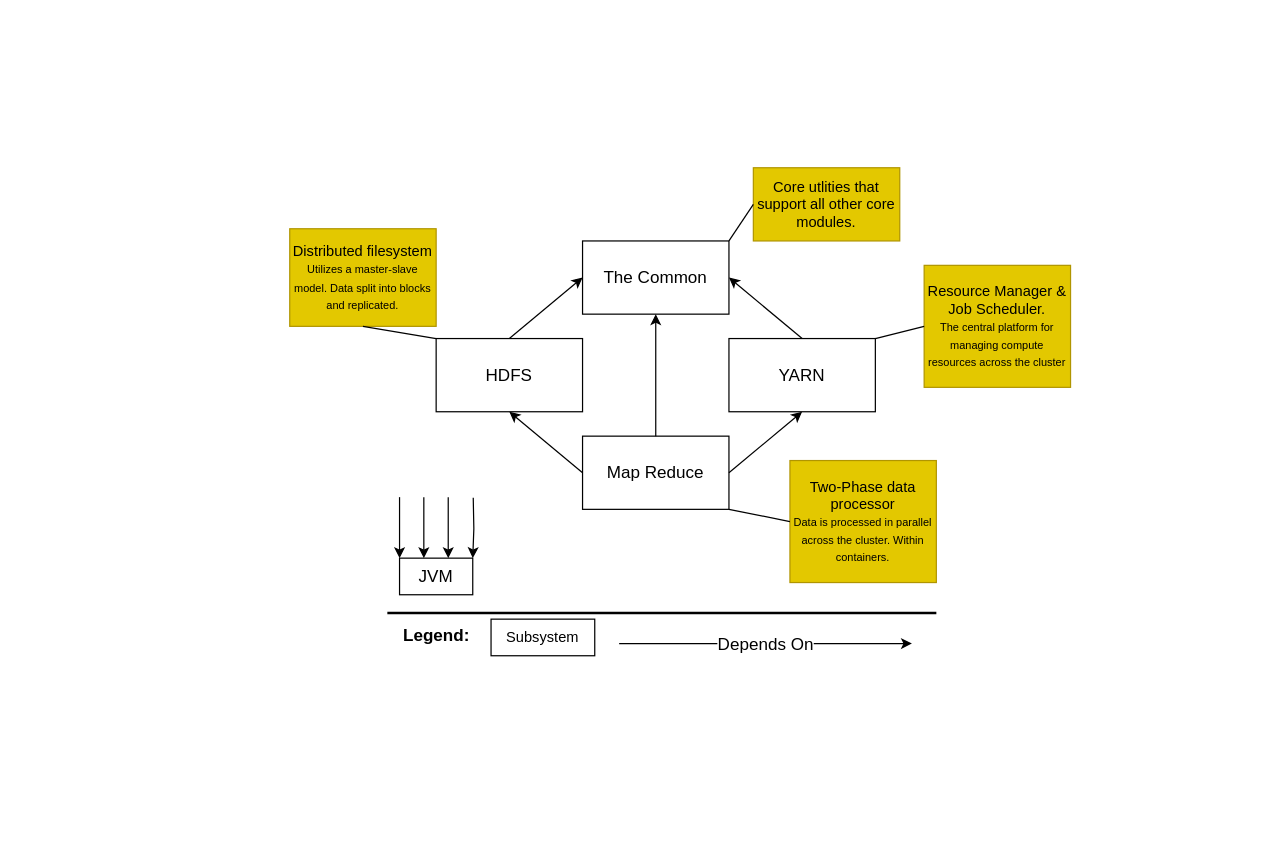
Earlier version of the draw.io diagram HadoopHighLevel.drawio (Amir-kar/EECS4314-GroupD). Source tidied: cells renumbered, new cells numbered last; positions are measured from the earlier drawing's top-left corner, leaving out a move shared by most shapes. Both pictures are drawn from the tidied source at 122%, with x=0, y=0 at pixel (289, 167).
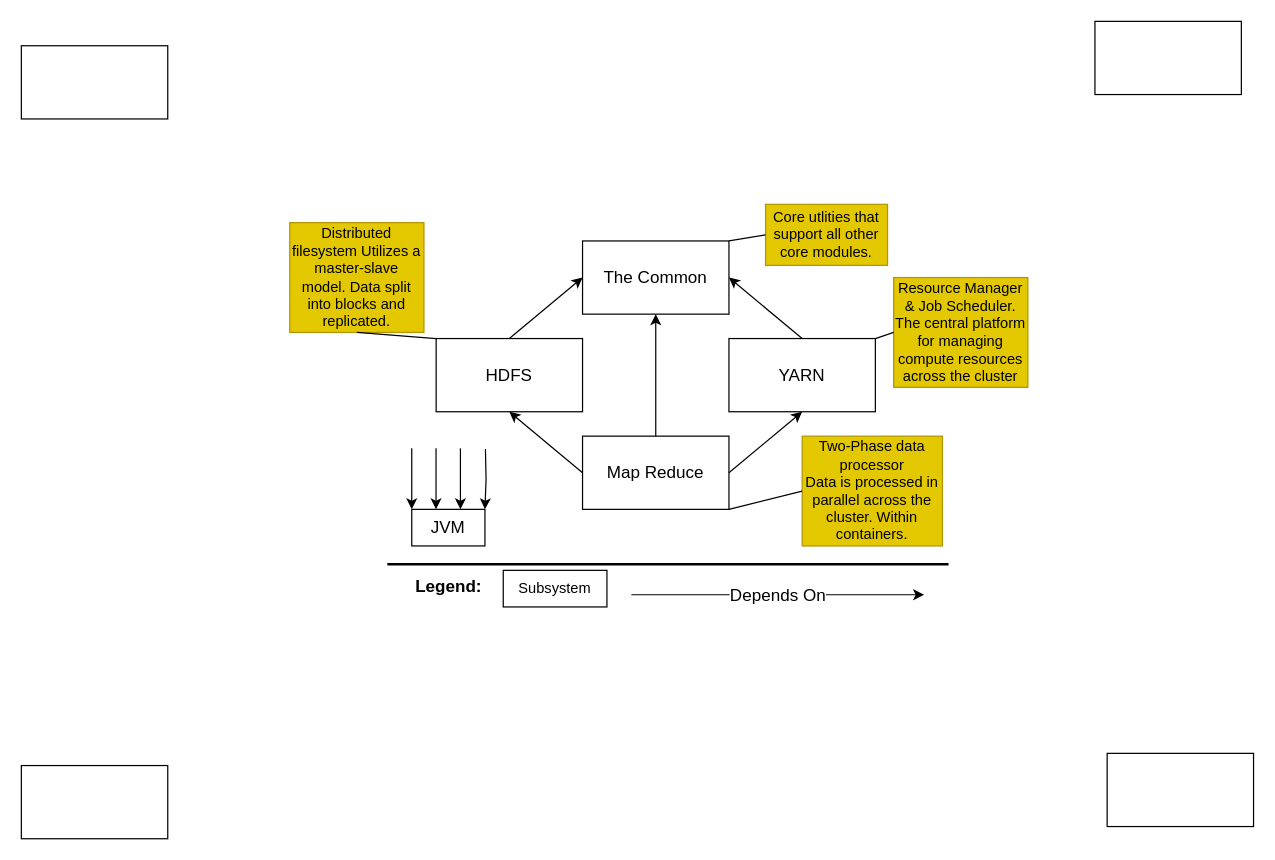
Above is the later version.

The edit, as a diff of the source:
```diff
@@
     <mxCell id="7" style="line;strokeWidth=2;html=1;" parent="1" vertex="1">
-      <mxGeometry x="80" y="360" width="450" height="10" as="geometry" />
+      <mxGeometry x="80" y="320" width="460" height="10" as="geometry" />
     </mxCell>
     <mxCell id="8" value="&lt;font style=&quot;font-size: 14px;&quot;&gt;Legend:&lt;/font&gt;" style="text;strokeColor=none;fillColor=none;html=1;fontSize=24;fontStyle=1;verticalAlign=middle;align=center;" parent="1" vertex="1">
-      <mxGeometry x="70" y="360" width="100" height="40" as="geometry" />
+      <mxGeometry x="80" y="320" width="100" height="40" as="geometry" />
     </mxCell>
     <mxCell id="9" value="Subsystem" style="rounded=0;whiteSpace=wrap;html=1;" parent="1" vertex="1">
-      <mxGeometry x="165" y="370" width="85" height="30" as="geometry" />
+      <mxGeometry x="175" y="330" width="85" height="30" as="geometry" />
     </mxCell>
     <mxCell id="10" style="endArrow=classic;html=1;rounded=0;" parent="1" edge="1">
       <mxGeometry relative="1" as="geometry">
-        <mxPoint x="270" y="390" as="sourcePoint" />
-        <mxPoint x="510" y="390" as="targetPoint" />
+        <mxPoint x="280" y="350" as="sourcePoint" />
+        <mxPoint x="520" y="350" as="targetPoint" />
       </mxGeometry>
     </mxCell>
@@
     <mxCell id="12" value="Core utlities that support all other core modules." style="rounded=0;whiteSpace=wrap;html=1;fillColor=#e3c800;fontColor=#000000;strokeColor=#B09500;" parent="1" vertex="1">
-      <mxGeometry x="380" width="120" height="60" as="geometry" />
+      <mxGeometry x="390" y="30" width="100" height="50" as="geometry" />
     </mxCell>
@@
-    <mxCell id="14" value="Resource Manager &amp;amp; Job Scheduler.&lt;div&gt;&lt;font style=&quot;font-size: 9px;&quot;&gt;The central platform for managing compute resources across the cluster&lt;/font&gt;&lt;/div&gt;" style="rounded=0;whiteSpace=wrap;html=1;fillColor=#e3c800;fontColor=#000000;strokeColor=#B09500;" parent="1" vertex="1">
-      <mxGeometry x="520" y="80" width="120" height="100" as="geometry" />
+    <mxCell id="14" value="Resource Manager &amp;amp; Job Scheduler.&lt;div&gt;&lt;font&gt;The central platform for managing compute resources across the cluster&lt;/font&gt;&lt;/div&gt;" style="rounded=0;whiteSpace=wrap;html=1;fillColor=#e3c800;fontColor=#000000;strokeColor=#B09500;" parent="1" vertex="1">
+      <mxGeometry x="495" y="90" width="110" height="90" as="geometry" />
     </mxCell>
@@
-    <mxCell id="16" value="Distributed filesystem &lt;font style=&quot;font-size: 9px;&quot;&gt;U&lt;/font&gt;&lt;font style=&quot;font-size: 9px;&quot;&gt;tilizes a master-slave model. Data split into blocks and replicated.&lt;/font&gt;" style="rounded=0;whiteSpace=wrap;html=1;fillColor=#e3c800;fontColor=#000000;strokeColor=#B09500;" parent="1" vertex="1">
-      <mxGeometry y="50" width="120" height="80" as="geometry" />
+    <mxCell id="16" value="Distributed filesystem &lt;font&gt;&lt;font style=&quot;&quot;&gt;U&lt;/font&gt;&lt;font style=&quot;&quot;&gt;tilizes a master-slave model. Data split into blocks and replicated.&lt;/font&gt;&lt;/font&gt;" style="rounded=0;whiteSpace=wrap;html=1;fillColor=#e3c800;fontColor=#000000;strokeColor=#B09500;" parent="1" vertex="1">
+      <mxGeometry y="45" width="110" height="90" as="geometry" />
     </mxCell>
@@
-    <mxCell id="18" value="Two-Phase data processor&lt;div&gt;&lt;font style=&quot;font-size: 9px;&quot;&gt;Data is processed in parallel across the cluster. Within containers.&lt;/font&gt;&lt;/div&gt;" style="rounded=0;whiteSpace=wrap;html=1;fillColor=#e3c800;fontColor=#000000;strokeColor=#B09500;" parent="1" vertex="1">
-      <mxGeometry x="410" y="240" width="120" height="100" as="geometry" />
+    <mxCell id="18" value="Two-Phase data processor&lt;div&gt;&lt;font&gt;Data is processed in parallel across the cluster. Within containers.&lt;/font&gt;&lt;/div&gt;" style="rounded=0;whiteSpace=wrap;html=1;fillColor=#e3c800;fontColor=#000000;strokeColor=#B09500;" parent="1" vertex="1">
+      <mxGeometry x="420" y="220" width="115" height="90" as="geometry" />
     </mxCell>
@@
     <mxCell id="24" style="edgeStyle=orthogonalEdgeStyle;rounded=0;orthogonalLoop=1;jettySize=auto;html=1;exitX=0.5;exitY=0;exitDx=0;exitDy=0;" parent="1" edge="1">
       <mxGeometry relative="1" as="geometry">
-        <mxPoint x="129.9" y="270" as="sourcePoint" />
-        <mxPoint x="129.9" y="320" as="targetPoint" />
+        <mxPoint x="139.9" y="230" as="sourcePoint" />
+        <mxPoint x="139.9" y="280" as="targetPoint" />
       </mxGeometry>
     </mxCell>
     <mxCell id="25" value="&lt;font style=&quot;font-size: 14px;&quot;&gt;JVM&lt;/font&gt;" style="rounded=0;whiteSpace=wrap;html=1;" parent="1" vertex="1">
-      <mxGeometry x="90" y="320" width="60" height="30" as="geometry" />
+      <mxGeometry x="100" y="280" width="60" height="30" as="geometry" />
     </mxCell>
     <mxCell id="26" style="edgeStyle=orthogonalEdgeStyle;rounded=0;orthogonalLoop=1;jettySize=auto;html=1;exitX=0.58;exitY=-0.008;exitDx=0;exitDy=0;exitPerimeter=0;" parent="1" edge="1">
       <mxGeometry relative="1" as="geometry">
-        <mxPoint x="150.4" y="270.5" as="sourcePoint" />
-        <mxPoint x="150" y="320" as="targetPoint" />
+        <mxPoint x="160.4" y="230.5" as="sourcePoint" />
+        <mxPoint x="160" y="280" as="targetPoint" />
       </mxGeometry>
     </mxCell>
     <mxCell id="27" style="edgeStyle=orthogonalEdgeStyle;rounded=0;orthogonalLoop=1;jettySize=auto;html=1;exitX=0.75;exitY=0;exitDx=0;exitDy=0;" parent="1" edge="1">
       <mxGeometry relative="1" as="geometry">
-        <mxPoint x="90" y="270" as="sourcePoint" />
-        <mxPoint x="90" y="320" as="targetPoint" />
+        <mxPoint x="100" y="230" as="sourcePoint" />
+        <mxPoint x="100" y="280" as="targetPoint" />
       </mxGeometry>
     </mxCell>
     <mxCell id="28" style="edgeStyle=orthogonalEdgeStyle;rounded=0;orthogonalLoop=1;jettySize=auto;html=1;exitX=0.75;exitY=0;exitDx=0;exitDy=0;" parent="1" edge="1">
       <mxGeometry relative="1" as="geometry">
-        <mxPoint x="109.9" y="270" as="sourcePoint" />
-        <mxPoint x="109.9" y="320" as="targetPoint" />
+        <mxPoint x="119.9" y="230" as="sourcePoint" />
+        <mxPoint x="119.9" y="280" as="targetPoint" />
       </mxGeometry>
     </mxCell>
+    <mxCell id="29" style="rounded=0;whiteSpace=wrap;html=1;" parent="1" vertex="1">
+      <mxGeometry x="-220" y="-100" width="120" height="60" as="geometry" />
+    </mxCell>
+    <mxCell id="30" style="rounded=0;whiteSpace=wrap;html=1;" parent="1" vertex="1">
+      <mxGeometry x="670" y="480" width="120" height="60" as="geometry" />
+    </mxCell>
+    <mxCell id="31" style="rounded=0;whiteSpace=wrap;html=1;" parent="1" vertex="1">
+      <mxGeometry x="-220" y="490" width="120" height="60" as="geometry" />
+    </mxCell>
+    <mxCell id="32" style="rounded=0;whiteSpace=wrap;html=1;" parent="1" vertex="1">
+      <mxGeometry x="660" y="-120" width="120" height="60" as="geometry" />
+    </mxCell>
```
